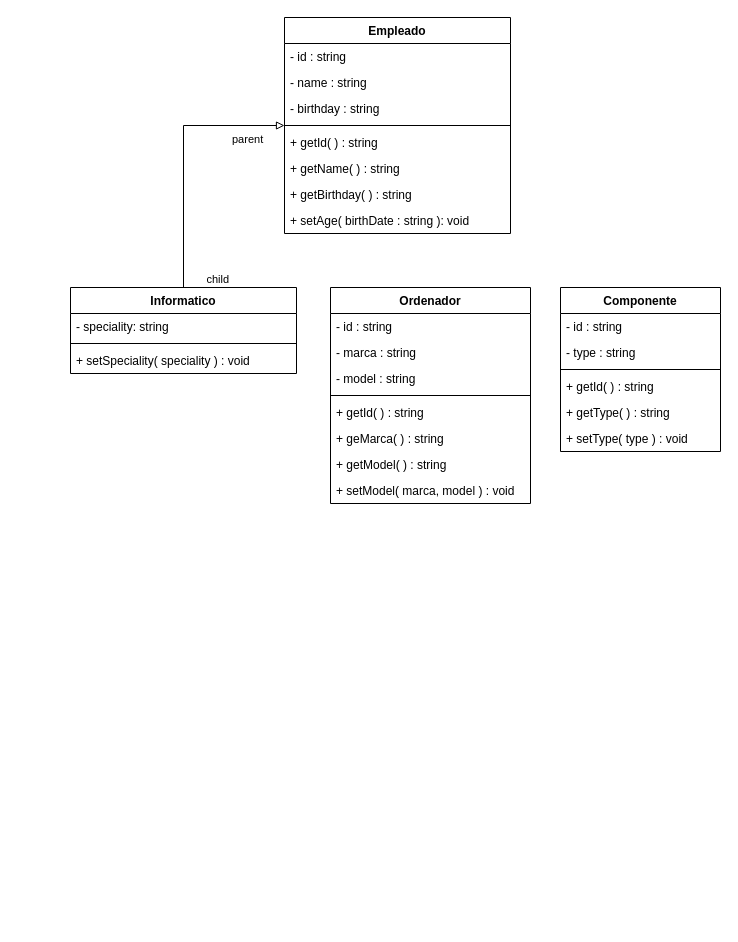
Above: PRO/03-Tarea/03-Tarea-01_1.drawio in soyHiwan/DAM-Cesur (draw.io), before the change. Source tidied: cells renumbered, new cells numbered last; positions are measured from the earlier drawing's top-left corner, leaving out a move shared by most shapes. Both pictures are drawn from the tidied source at 100%, with x=0, y=0 at pixel (70, 17).
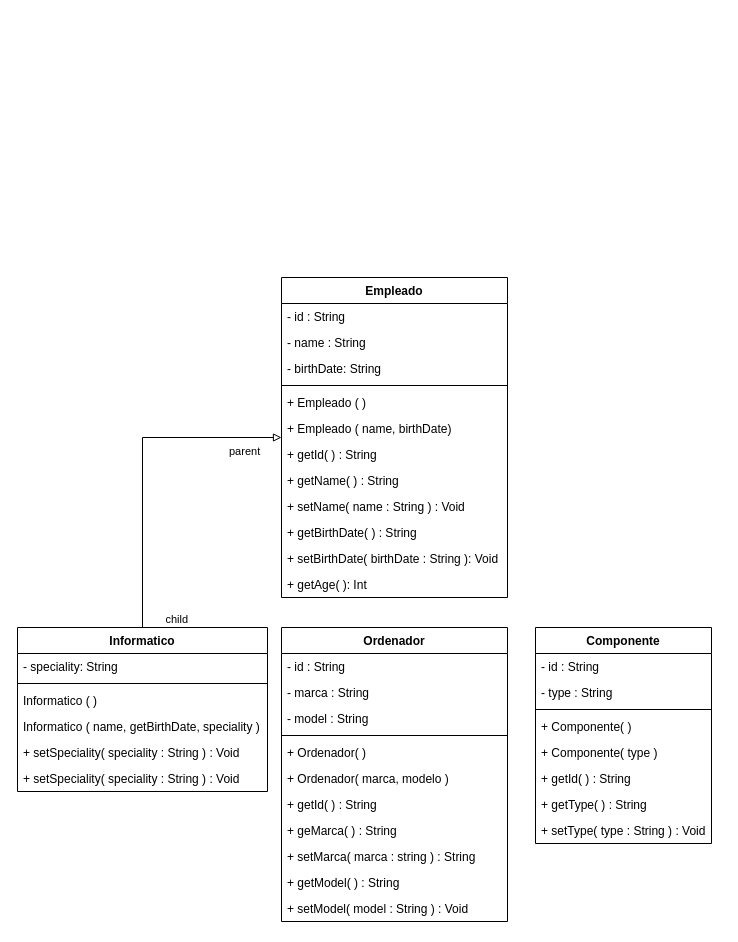
The same diagram, later.

Diff of the diagram source:
```diff
@@
     <mxCell id="2" value="Empleado" style="swimlane;fontStyle=1;align=center;verticalAlign=top;horizontal=1;startSize=26;whiteSpace=wrap;html=1;" parent="1" vertex="1">
-      <mxGeometry x="214" width="226" height="216" as="geometry" />
+      <mxGeometry x="211" y="260" width="226" height="320" as="geometry" />
     </mxCell>
-    <mxCell id="3" value="- id : string" style="text;strokeColor=none;fillColor=none;align=left;verticalAlign=top;spacingLeft=4;spacingRight=4;overflow=hidden;whiteSpace=wrap;html=1;" parent="2" vertex="1">
+    <mxCell id="3" value="- id : String" style="text;strokeColor=none;fillColor=none;align=left;verticalAlign=top;spacingLeft=4;spacingRight=4;overflow=hidden;whiteSpace=wrap;html=1;" parent="2" vertex="1">
       <mxGeometry y="26" width="226" height="26" as="geometry" />
     </mxCell>
-    <mxCell id="4" value="- name : string" style="text;strokeColor=none;fillColor=none;align=left;verticalAlign=top;spacingLeft=4;spacingRight=4;overflow=hidden;whiteSpace=wrap;html=1;" parent="2" vertex="1">
+    <mxCell id="4" value="- name : String" style="text;strokeColor=none;fillColor=none;align=left;verticalAlign=top;spacingLeft=4;spacingRight=4;overflow=hidden;whiteSpace=wrap;html=1;" parent="2" vertex="1">
       <mxGeometry y="52" width="226" height="26" as="geometry" />
     </mxCell>
-    <mxCell id="5" value="- birthday : string" style="text;strokeColor=none;fillColor=none;align=left;verticalAlign=top;spacingLeft=4;spacingRight=4;overflow=hidden;whiteSpace=wrap;html=1;" parent="2" vertex="1">
+    <mxCell id="5" value="- birthDate: String" style="text;strokeColor=none;fillColor=none;align=left;verticalAlign=top;spacingLeft=4;spacingRight=4;overflow=hidden;whiteSpace=wrap;html=1;" parent="2" vertex="1">
       <mxGeometry y="78" width="226" height="26" as="geometry" />
     </mxCell>
@@
+    <mxCell id="34" value="+ Empleado ( )" style="text;strokeColor=none;fillColor=none;align=left;verticalAlign=top;spacingLeft=4;spacingRight=4;overflow=hidden;whiteSpace=wrap;html=1;" parent="2" vertex="1">
+      <mxGeometry y="112" width="226" height="26" as="geometry" />
+    </mxCell>
+    <mxCell id="35" value="+ Empleado ( name, birthDate)" style="text;strokeColor=none;fillColor=none;align=left;verticalAlign=top;spacingLeft=4;spacingRight=4;overflow=hidden;whiteSpace=wrap;html=1;" parent="2" vertex="1">
+      <mxGeometry y="138" width="226" height="26" as="geometry" />
+    </mxCell>
-    <mxCell id="7" value="+ getId( ) : string" style="text;strokeColor=none;fillColor=none;align=left;verticalAlign=top;spacingLeft=4;spacingRight=4;overflow=hidden;whiteSpace=wrap;html=1;" parent="2" vertex="1">
-      <mxGeometry y="112" width="226" height="26" as="geometry" />
+    <mxCell id="7" value="+ getId( ) : String" style="text;strokeColor=none;fillColor=none;align=left;verticalAlign=top;spacingLeft=4;spacingRight=4;overflow=hidden;whiteSpace=wrap;html=1;" parent="2" vertex="1">
+      <mxGeometry y="164" width="226" height="26" as="geometry" />
     </mxCell>
-    <mxCell id="8" value="+ getName( ) : string" style="text;strokeColor=none;fillColor=none;align=left;verticalAlign=top;spacingLeft=4;spacingRight=4;overflow=hidden;whiteSpace=wrap;html=1;" parent="2" vertex="1">
-      <mxGeometry y="138" width="226" height="26" as="geometry" />
+    <mxCell id="8" value="+ getName( ) : String" style="text;strokeColor=none;fillColor=none;align=left;verticalAlign=top;spacingLeft=4;spacingRight=4;overflow=hidden;whiteSpace=wrap;html=1;" parent="2" vertex="1">
+      <mxGeometry y="190" width="226" height="26" as="geometry" />
     </mxCell>
+    <mxCell id="36" value="+ setName( name : String ) : Void" style="text;strokeColor=none;fillColor=none;align=left;verticalAlign=top;spacingLeft=4;spacingRight=4;overflow=hidden;whiteSpace=wrap;html=1;" parent="2" vertex="1">
+      <mxGeometry y="216" width="226" height="26" as="geometry" />
+    </mxCell>
-    <mxCell id="9" value="+ getBirthday( ) : string" style="text;strokeColor=none;fillColor=none;align=left;verticalAlign=top;spacingLeft=4;spacingRight=4;overflow=hidden;whiteSpace=wrap;html=1;" parent="2" vertex="1">
-      <mxGeometry y="164" width="226" height="26" as="geometry" />
+    <mxCell id="9" value="+ getBirthDate( ) : String" style="text;strokeColor=none;fillColor=none;align=left;verticalAlign=top;spacingLeft=4;spacingRight=4;overflow=hidden;whiteSpace=wrap;html=1;" parent="2" vertex="1">
+      <mxGeometry y="242" width="226" height="26" as="geometry" />
     </mxCell>
-    <mxCell id="10" value="+ setAge( birthDate : string ): void" style="text;strokeColor=none;fillColor=none;align=left;verticalAlign=top;spacingLeft=4;spacingRight=4;overflow=hidden;whiteSpace=wrap;html=1;" parent="2" vertex="1">
-      <mxGeometry y="190" width="226" height="26" as="geometry" />
+    <mxCell id="10" value="+ setBirthDate( birthDate : String ): Void" style="text;strokeColor=none;fillColor=none;align=left;verticalAlign=top;spacingLeft=4;spacingRight=4;overflow=hidden;whiteSpace=wrap;html=1;" parent="2" vertex="1">
+      <mxGeometry y="268" width="226" height="26" as="geometry" />
     </mxCell>
+    <mxCell id="37" value="+ getAge( ): Int" style="text;strokeColor=none;fillColor=none;align=left;verticalAlign=top;spacingLeft=4;spacingRight=4;overflow=hidden;whiteSpace=wrap;html=1;" parent="2" vertex="1">
+      <mxGeometry y="294" width="226" height="26" as="geometry" />
+    </mxCell>
     <mxCell id="11" value="Informatico" style="swimlane;fontStyle=1;align=center;verticalAlign=top;horizontal=1;startSize=26;whiteSpace=wrap;html=1;" parent="1" vertex="1">
-      <mxGeometry y="270" width="226" height="86" as="geometry" />
+      <mxGeometry x="-53" y="610" width="250" height="164" as="geometry" />
     </mxCell>
-    <mxCell id="12" value="- speciality: string" style="text;strokeColor=none;fillColor=none;align=left;verticalAlign=top;spacingLeft=4;spacingRight=4;overflow=hidden;whiteSpace=wrap;html=1;" parent="11" vertex="1">
-      <mxGeometry y="26" width="226" height="26" as="geometry" />
+    <mxCell id="12" value="- speciality: String" style="text;strokeColor=none;fillColor=none;align=left;verticalAlign=top;spacingLeft=4;spacingRight=4;overflow=hidden;whiteSpace=wrap;html=1;" parent="11" vertex="1">
+      <mxGeometry y="26" width="250" height="26" as="geometry" />
     </mxCell>
     <mxCell id="13" style="line;strokeWidth=1;fillColor=none;align=left;verticalAlign=middle;spacingTop=-1;spacingLeft=3;spacingRight=3;labelPosition=right;strokeColor=inherit;labelPerimeter=1;" parent="11" vertex="1">
-      <mxGeometry y="52" width="226" height="8" as="geometry" />
+      <mxGeometry y="52" width="250" height="8" as="geometry" />
     </mxCell>
+    <mxCell id="38" value="Informatico ( )" style="text;strokeColor=none;fillColor=none;align=left;verticalAlign=top;spacingLeft=4;spacingRight=4;overflow=hidden;whiteSpace=wrap;html=1;" parent="11" vertex="1">
+      <mxGeometry y="60" width="250" height="26" as="geometry" />
+    </mxCell>
+    <mxCell id="39" value="Informatico ( name, getBirthDate, speciality )" style="text;strokeColor=none;fillColor=none;align=left;verticalAlign=top;spacingLeft=4;spacingRight=4;overflow=hidden;whiteSpace=wrap;html=1;" parent="11" vertex="1">
+      <mxGeometry y="86" width="250" height="26" as="geometry" />
+    </mxCell>
+    <mxCell id="40" value="+ setSpeciality( speciality : String ) : Void" style="text;strokeColor=none;fillColor=none;align=left;verticalAlign=top;spacingLeft=4;spacingRight=4;overflow=hidden;whiteSpace=wrap;html=1;" parent="11" vertex="1">
+      <mxGeometry y="112" width="250" height="26" as="geometry" />
+    </mxCell>
-    <mxCell id="14" value="+ setSpeciality( speciality ) : void" style="text;strokeColor=none;fillColor=none;align=left;verticalAlign=top;spacingLeft=4;spacingRight=4;overflow=hidden;whiteSpace=wrap;html=1;" parent="11" vertex="1">
-      <mxGeometry y="60" width="226" height="26" as="geometry" />
+    <mxCell id="14" value="+ setSpeciality( speciality : String ) : Void" style="text;strokeColor=none;fillColor=none;align=left;verticalAlign=top;spacingLeft=4;spacingRight=4;overflow=hidden;whiteSpace=wrap;html=1;" parent="11" vertex="1">
+      <mxGeometry y="138" width="250" height="26" as="geometry" />
     </mxCell>
@@
     <mxCell id="18" value="Ordenador" style="swimlane;fontStyle=1;align=center;verticalAlign=top;horizontal=1;startSize=26;whiteSpace=wrap;html=1;" parent="1" vertex="1">
-      <mxGeometry x="260" y="270" width="200" height="216" as="geometry" />
+      <mxGeometry x="211" y="610" width="226" height="294" as="geometry" />
     </mxCell>
-    <mxCell id="19" value="- id : string" style="text;strokeColor=none;fillColor=none;align=left;verticalAlign=top;spacingLeft=4;spacingRight=4;overflow=hidden;whiteSpace=wrap;html=1;" parent="18" vertex="1">
-      <mxGeometry y="26" width="200" height="26" as="geometry" />
+    <mxCell id="19" value="- id : String" style="text;strokeColor=none;fillColor=none;align=left;verticalAlign=top;spacingLeft=4;spacingRight=4;overflow=hidden;whiteSpace=wrap;html=1;" parent="18" vertex="1">
+      <mxGeometry y="26" width="226" height="26" as="geometry" />
     </mxCell>
-    <mxCell id="20" value="- marca : string" style="text;strokeColor=none;fillColor=none;align=left;verticalAlign=top;spacingLeft=4;spacingRight=4;overflow=hidden;whiteSpace=wrap;html=1;" parent="18" vertex="1">
-      <mxGeometry y="52" width="200" height="26" as="geometry" />
+    <mxCell id="20" value="- marca : String" style="text;strokeColor=none;fillColor=none;align=left;verticalAlign=top;spacingLeft=4;spacingRight=4;overflow=hidden;whiteSpace=wrap;html=1;" parent="18" vertex="1">
+      <mxGeometry y="52" width="226" height="26" as="geometry" />
     </mxCell>
-    <mxCell id="21" value="- model : string" style="text;strokeColor=none;fillColor=none;align=left;verticalAlign=top;spacingLeft=4;spacingRight=4;overflow=hidden;whiteSpace=wrap;html=1;" parent="18" vertex="1">
-      <mxGeometry y="78" width="200" height="26" as="geometry" />
+    <mxCell id="21" value="- model : String" style="text;strokeColor=none;fillColor=none;align=left;verticalAlign=top;spacingLeft=4;spacingRight=4;overflow=hidden;whiteSpace=wrap;html=1;" parent="18" vertex="1">
+      <mxGeometry y="78" width="226" height="26" as="geometry" />
     </mxCell>
     <mxCell id="22" style="line;strokeWidth=1;fillColor=none;align=left;verticalAlign=middle;spacingTop=-1;spacingLeft=3;spacingRight=3;labelPosition=right;strokeColor=inherit;labelPerimeter=1;" parent="18" vertex="1">
-      <mxGeometry y="104" width="200" height="8" as="geometry" />
+      <mxGeometry y="104" width="226" height="8" as="geometry" />
     </mxCell>
+    <mxCell id="41" value="+ Ordenador( )" style="text;strokeColor=none;fillColor=none;align=left;verticalAlign=top;spacingLeft=4;spacingRight=4;overflow=hidden;whiteSpace=wrap;html=1;" parent="18" vertex="1">
+      <mxGeometry y="112" width="226" height="26" as="geometry" />
+    </mxCell>
+    <mxCell id="42" value="+ Ordenador( marca, modelo )" style="text;strokeColor=none;fillColor=none;align=left;verticalAlign=top;spacingLeft=4;spacingRight=4;overflow=hidden;whiteSpace=wrap;html=1;" parent="18" vertex="1">
+      <mxGeometry y="138" width="226" height="26" as="geometry" />
+    </mxCell>
-    <mxCell id="23" value="+ getId( ) : string" style="text;strokeColor=none;fillColor=none;align=left;verticalAlign=top;spacingLeft=4;spacingRight=4;overflow=hidden;whiteSpace=wrap;html=1;" parent="18" vertex="1">
-      <mxGeometry y="112" width="200" height="26" as="geometry" />
+    <mxCell id="23" value="+ getId( ) : String" style="text;strokeColor=none;fillColor=none;align=left;verticalAlign=top;spacingLeft=4;spacingRight=4;overflow=hidden;whiteSpace=wrap;html=1;" parent="18" vertex="1">
+      <mxGeometry y="164" width="226" height="26" as="geometry" />
     </mxCell>
-    <mxCell id="24" value="+ geMarca( ) : string" style="text;strokeColor=none;fillColor=none;align=left;verticalAlign=top;spacingLeft=4;spacingRight=4;overflow=hidden;whiteSpace=wrap;html=1;" parent="18" vertex="1">
-      <mxGeometry y="138" width="200" height="26" as="geometry" />
+    <mxCell id="24" value="+ geMarca( ) : String" style="text;strokeColor=none;fillColor=none;align=left;verticalAlign=top;spacingLeft=4;spacingRight=4;overflow=hidden;whiteSpace=wrap;html=1;" parent="18" vertex="1">
+      <mxGeometry y="190" width="226" height="26" as="geometry" />
     </mxCell>
+    <mxCell id="43" value="+ setMarca( marca : string ) : String" style="text;strokeColor=none;fillColor=none;align=left;verticalAlign=top;spacingLeft=4;spacingRight=4;overflow=hidden;whiteSpace=wrap;html=1;" parent="18" vertex="1">
+      <mxGeometry y="216" width="226" height="26" as="geometry" />
+    </mxCell>
-    <mxCell id="25" value="+ getModel( ) : string" style="text;strokeColor=none;fillColor=none;align=left;verticalAlign=top;spacingLeft=4;spacingRight=4;overflow=hidden;whiteSpace=wrap;html=1;" parent="18" vertex="1">
-      <mxGeometry y="164" width="200" height="26" as="geometry" />
+    <mxCell id="25" value="+ getModel( ) : String" style="text;strokeColor=none;fillColor=none;align=left;verticalAlign=top;spacingLeft=4;spacingRight=4;overflow=hidden;whiteSpace=wrap;html=1;" parent="18" vertex="1">
+      <mxGeometry y="242" width="226" height="26" as="geometry" />
     </mxCell>
-    <mxCell id="26" value="+ setModel( marca, model ) : void" style="text;strokeColor=none;fillColor=none;align=left;verticalAlign=top;spacingLeft=4;spacingRight=4;overflow=hidden;whiteSpace=wrap;html=1;" parent="18" vertex="1">
-      <mxGeometry y="190" width="200" height="26" as="geometry" />
+    <mxCell id="26" value="+ setModel( model : String ) : Void" style="text;strokeColor=none;fillColor=none;align=left;verticalAlign=top;spacingLeft=4;spacingRight=4;overflow=hidden;whiteSpace=wrap;html=1;" parent="18" vertex="1">
+      <mxGeometry y="268" width="226" height="26" as="geometry" />
     </mxCell>
     <mxCell id="27" value="Componente" style="swimlane;fontStyle=1;align=center;verticalAlign=top;horizontal=1;startSize=26;whiteSpace=wrap;html=1;" parent="1" vertex="1">
-      <mxGeometry x="490" y="270" width="160" height="164" as="geometry" />
+      <mxGeometry x="465" y="610" width="176" height="216" as="geometry" />
     </mxCell>
-    <mxCell id="28" value="- id : string" style="text;strokeColor=none;fillColor=none;align=left;verticalAlign=top;spacingLeft=4;spacingRight=4;overflow=hidden;whiteSpace=wrap;html=1;" parent="27" vertex="1">
-      <mxGeometry y="26" width="160" height="26" as="geometry" />
+    <mxCell id="28" value="- id : String" style="text;strokeColor=none;fillColor=none;align=left;verticalAlign=top;spacingLeft=4;spacingRight=4;overflow=hidden;whiteSpace=wrap;html=1;" parent="27" vertex="1">
+      <mxGeometry y="26" width="176" height="26" as="geometry" />
     </mxCell>
-    <mxCell id="29" value="- type : string" style="text;strokeColor=none;fillColor=none;align=left;verticalAlign=top;spacingLeft=4;spacingRight=4;overflow=hidden;whiteSpace=wrap;html=1;" parent="27" vertex="1">
-      <mxGeometry y="52" width="160" height="26" as="geometry" />
+    <mxCell id="29" value="- type : String" style="text;strokeColor=none;fillColor=none;align=left;verticalAlign=top;spacingLeft=4;spacingRight=4;overflow=hidden;whiteSpace=wrap;html=1;" parent="27" vertex="1">
+      <mxGeometry y="52" width="176" height="26" as="geometry" />
     </mxCell>
     <mxCell id="30" style="line;strokeWidth=1;fillColor=none;align=left;verticalAlign=middle;spacingTop=-1;spacingLeft=3;spacingRight=3;labelPosition=right;strokeColor=inherit;labelPerimeter=1;" parent="27" vertex="1">
-      <mxGeometry y="78" width="160" height="8" as="geometry" />
+      <mxGeometry y="78" width="176" height="8" as="geometry" />
     </mxCell>
+    <mxCell id="44" value="+ Componente( )" style="text;strokeColor=none;fillColor=none;align=left;verticalAlign=top;spacingLeft=4;spacingRight=4;overflow=hidden;whiteSpace=wrap;html=1;" parent="27" vertex="1">
+      <mxGeometry y="86" width="176" height="26" as="geometry" />
+    </mxCell>
+    <mxCell id="45" value="+ Componente( type )" style="text;strokeColor=none;fillColor=none;align=left;verticalAlign=top;spacingLeft=4;spacingRight=4;overflow=hidden;whiteSpace=wrap;html=1;" parent="27" vertex="1">
+      <mxGeometry y="112" width="176" height="26" as="geometry" />
+    </mxCell>
-    <mxCell id="31" value="+ getId( ) : string" style="text;strokeColor=none;fillColor=none;align=left;verticalAlign=top;spacingLeft=4;spacingRight=4;overflow=hidden;whiteSpace=wrap;html=1;" parent="27" vertex="1">
-      <mxGeometry y="86" width="160" height="26" as="geometry" />
+    <mxCell id="31" value="+ getId( ) : String" style="text;strokeColor=none;fillColor=none;align=left;verticalAlign=top;spacingLeft=4;spacingRight=4;overflow=hidden;whiteSpace=wrap;html=1;" parent="27" vertex="1">
+      <mxGeometry y="138" width="176" height="26" as="geometry" />
     </mxCell>
-    <mxCell id="32" value="+ getType( ) : string" style="text;strokeColor=none;fillColor=none;align=left;verticalAlign=top;spacingLeft=4;spacingRight=4;overflow=hidden;whiteSpace=wrap;html=1;" parent="27" vertex="1">
-      <mxGeometry y="112" width="160" height="26" as="geometry" />
+    <mxCell id="32" value="+ getType( ) : String" style="text;strokeColor=none;fillColor=none;align=left;verticalAlign=top;spacingLeft=4;spacingRight=4;overflow=hidden;whiteSpace=wrap;html=1;" parent="27" vertex="1">
+      <mxGeometry y="164" width="176" height="26" as="geometry" />
     </mxCell>
-    <mxCell id="33" value="+ setType( type ) : void" style="text;strokeColor=none;fillColor=none;align=left;verticalAlign=top;spacingLeft=4;spacingRight=4;overflow=hidden;whiteSpace=wrap;html=1;" parent="27" vertex="1">
-      <mxGeometry y="138" width="160" height="26" as="geometry" />
+    <mxCell id="33" value="+ setType( type : String ) : Void" style="text;strokeColor=none;fillColor=none;align=left;verticalAlign=top;spacingLeft=4;spacingRight=4;overflow=hidden;whiteSpace=wrap;html=1;" parent="27" vertex="1">
+      <mxGeometry y="190" width="176" height="26" as="geometry" />
     </mxCell>
```
